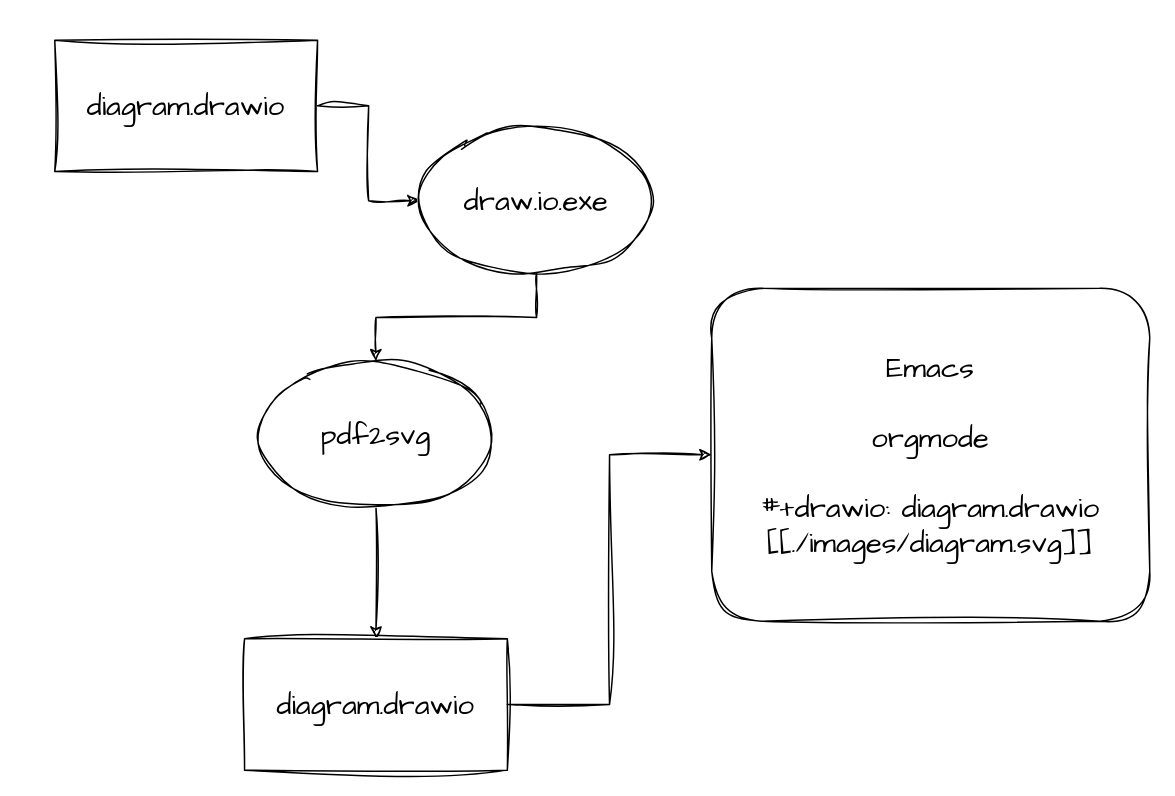
This is page "Page-1" (1 of 2) of draws/diagram.drawio from kimim/org-drawio, a draw.io file, before an edit. Source tidied: cells renumbered, new cells numbered last; positions are measured from the earlier drawing's top-left corner, leaving out a move shared by most shapes. Both pictures are drawn from the tidied source at 146%, with x=0, y=0 at pixel (54, 39).
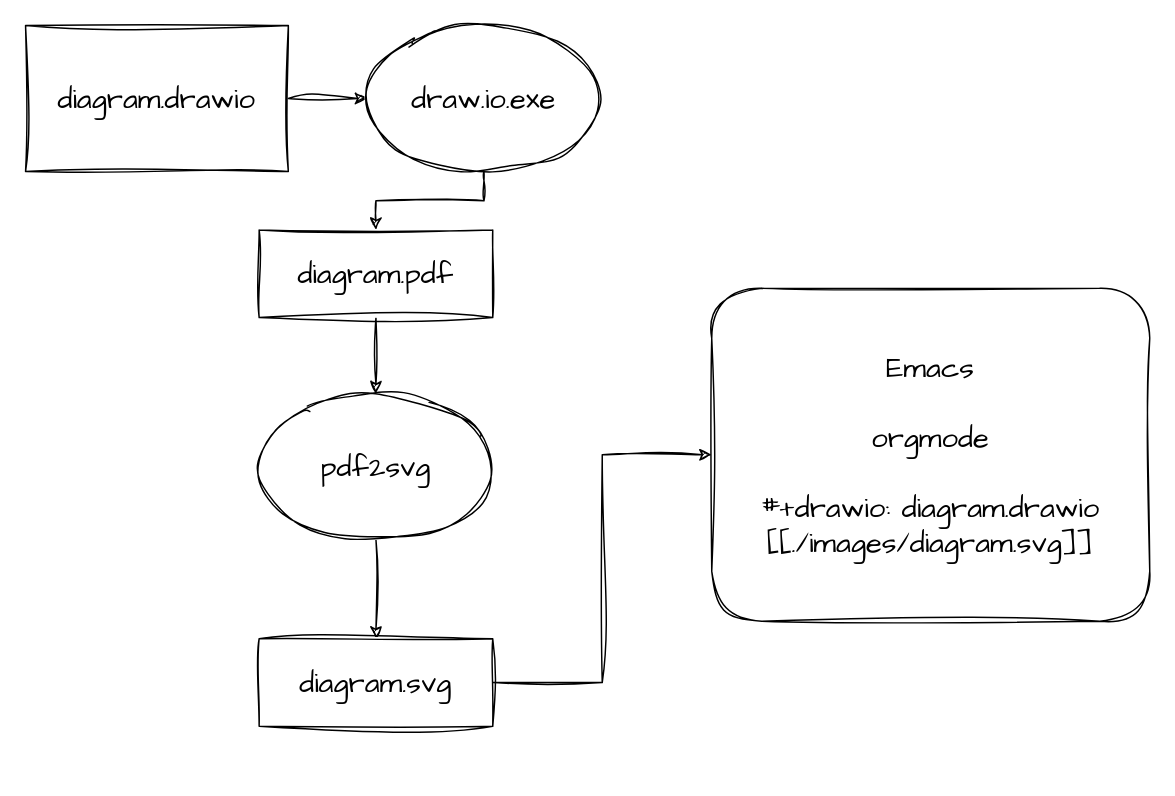
The same diagram, later.

The edit, as a diff of the source:
```diff
@@
 <mxGraphModel>
   <root>
     <mxCell id="0" />
     <mxCell id="1" parent="0" />
     <mxCell id="2" style="edgeStyle=orthogonalEdgeStyle;rounded=0;sketch=1;hachureGap=4;jiggle=2;curveFitting=1;jettySize=auto;html=1;fontFamily=Architects Daughter;fontSize=16;" parent="1" edge="1" source="3" target="5">
       <mxGeometry relative="1" as="geometry" />
     </mxCell>
     <mxCell id="3" value="diagram.drawio" style="rounded=0;whiteSpace=wrap;html=1;sketch=1;hachureGap=4;jiggle=2;curveFitting=1;fontFamily=Architects Daughter;fontSize=20;fontStyle=0;" parent="1" vertex="1">
-      <mxGeometry width="180" height="90" as="geometry" />
+      <mxGeometry x="-20" y="-10" width="180" height="100" as="geometry" />
     </mxCell>
-    <mxCell id="4" style="edgeStyle=orthogonalEdgeStyle;rounded=0;sketch=1;hachureGap=4;jiggle=2;curveFitting=1;jettySize=auto;html=1;fontFamily=Architects Daughter;fontSize=16;" parent="1" edge="1" source="5" target="7">
+    <mxCell id="4" style="edgeStyle=orthogonalEdgeStyle;rounded=0;sketch=1;hachureGap=4;jiggle=2;curveFitting=1;jettySize=auto;html=1;fontFamily=Architects Daughter;fontSize=16;entryX=0.5;entryY=0;entryDx=0;entryDy=0;" parent="1" edge="1" source="5" target="12">
       <mxGeometry relative="1" as="geometry" />
     </mxCell>
     <mxCell id="5" value="draw.io.exe" style="ellipse;whiteSpace=wrap;html=1;sketch=1;hachureGap=4;jiggle=2;curveFitting=1;fontFamily=Architects Daughter;fontSize=20;" parent="1" vertex="1">
-      <mxGeometry x="250" y="60" width="160" height="100" as="geometry" />
+      <mxGeometry x="214" y="-10" width="160" height="100" as="geometry" />
     </mxCell>
     <mxCell id="6" style="edgeStyle=orthogonalEdgeStyle;rounded=0;sketch=1;hachureGap=4;jiggle=2;curveFitting=1;jettySize=auto;html=1;fontFamily=Architects Daughter;fontSize=16;" parent="1" edge="1" source="7" target="9">
       <mxGeometry relative="1" as="geometry" />
     </mxCell>
     <mxCell id="7" value="pdf2svg" style="ellipse;whiteSpace=wrap;html=1;sketch=1;hachureGap=4;jiggle=2;curveFitting=1;fontFamily=Architects Daughter;fontSize=20;" parent="1" vertex="1">
-      <mxGeometry x="140" y="220" width="160" height="100" as="geometry" />
+      <mxGeometry x="140" y="242" width="160" height="100" as="geometry" />
     </mxCell>
     <mxCell id="8" style="edgeStyle=orthogonalEdgeStyle;rounded=0;sketch=1;hachureGap=4;jiggle=2;curveFitting=1;jettySize=auto;html=1;entryX=0;entryY=0.5;entryDx=0;entryDy=0;fontFamily=Architects Daughter;fontSize=16;" parent="1" edge="1" source="9" target="10">
       <mxGeometry relative="1" as="geometry" />
     </mxCell>
-    <mxCell id="9" value="diagram.drawio" style="rounded=0;whiteSpace=wrap;html=1;sketch=1;hachureGap=4;jiggle=2;curveFitting=1;fontFamily=Architects Daughter;fontSize=20;fontStyle=0;" parent="1" vertex="1">
-      <mxGeometry x="130" y="410" width="180" height="90" as="geometry" />
+    <mxCell id="9" value="diagram.svg" style="rounded=0;whiteSpace=wrap;html=1;sketch=1;hachureGap=4;jiggle=2;curveFitting=1;fontFamily=Architects Daughter;fontSize=20;fontStyle=0;" parent="1" vertex="1">
+      <mxGeometry x="140" y="410" width="160" height="60" as="geometry" />
     </mxCell>
     <mxCell id="10" value="Emacs&lt;br&gt;&lt;br&gt;orgmode&lt;br&gt;&lt;br&gt;#+drawio: diagram.drawio&lt;br&gt;[[./images/diagram.svg]]" style="rounded=1;whiteSpace=wrap;html=1;sketch=1;hachureGap=4;jiggle=2;curveFitting=1;fontFamily=Architects Daughter;fontSize=20;" parent="1" vertex="1">
       <mxGeometry x="450" y="170" width="300" height="228" as="geometry" />
     </mxCell>
+    <mxCell id="11" style="edgeStyle=orthogonalEdgeStyle;rounded=0;sketch=1;hachureGap=4;jiggle=2;curveFitting=1;jettySize=auto;html=1;entryX=0.5;entryY=0;entryDx=0;entryDy=0;fontFamily=Architects Daughter;fontSize=16;" parent="1" edge="1" source="12" target="7">
+      <mxGeometry relative="1" as="geometry" />
+    </mxCell>
+    <mxCell id="12" value="diagram.pdf" style="rounded=0;whiteSpace=wrap;html=1;sketch=1;hachureGap=4;jiggle=2;curveFitting=1;fontFamily=Architects Daughter;fontSize=20;fontStyle=0;" parent="1" vertex="1">
+      <mxGeometry x="140" y="130" width="160" height="60" as="geometry" />
+    </mxCell>
   </root>
 </mxGraphModel>
```
